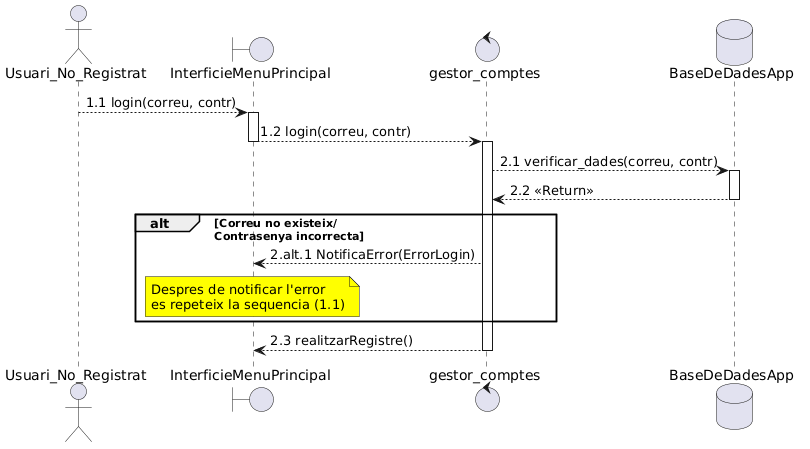
Before: documents/Diagrames i Especificacions/Seqüencia/ALEJANDRO/4- Login.png, a diagram exported from PlantUML (martipages/ES23UAB431-02). The source it was exported from:
```plantuml
@startuml
actor Usuari_No_Registrat as UsuariN
boundary InterficieMenuPrincipal as interficie
control gestor_comptes as gestor
database BaseDeDadesApp as correu


UsuariN --> interficie ++: 1.1 login(correu, contr)
interficie --> gestor --++: 1.2 login(correu, contr)
gestor --> correu ++: 2.1 verificar_dades(correu, contr)
correu --> gestor --: 2.2 <<Return>>
alt Correu no existeix/ \nContrasenya incorrecta
   gestor --> interficie : 2.alt.1 NotificaError(ErrorLogin)
   note over interficie #yellow : Despres de notificar l'error\nes repeteix la sequencia (1.1)
end

gestor --> interficie --: 2.3 realitzarRegistre()
@enduml
```
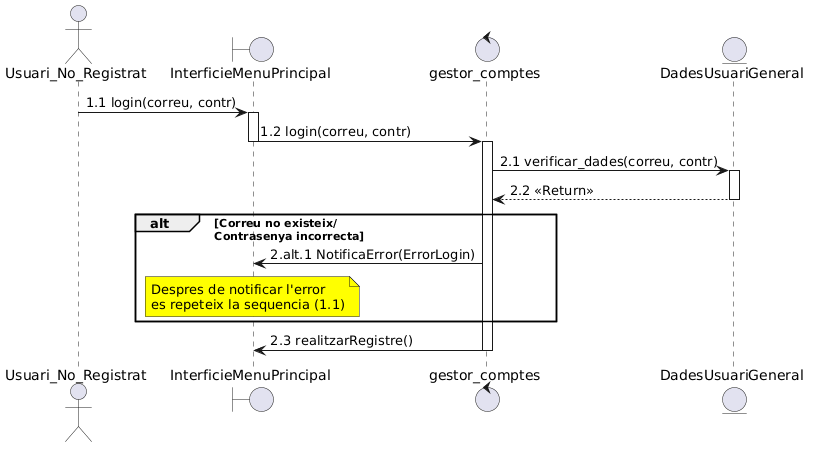
Later version of the same file.

Diff of the diagram source:
```diff
@@ -2,17 +2,17 @@
 actor Usuari_No_Registrat as UsuariN
 boundary InterficieMenuPrincipal as interficie
 control gestor_comptes as gestor
-database BaseDeDadesApp as correu
+entity DadesUsuariGeneral as correu
 
 
-UsuariN --> interficie ++: 1.1 login(correu, contr)
-interficie --> gestor --++: 1.2 login(correu, contr)
-gestor --> correu ++: 2.1 verificar_dades(correu, contr)
+UsuariN -> interficie ++: 1.1 login(correu, contr)
+interficie -> gestor --++: 1.2 login(correu, contr)
+gestor -> correu ++: 2.1 verificar_dades(correu, contr)
 correu --> gestor --: 2.2 <<Return>>
 alt Correu no existeix/ \nContrasenya incorrecta
-   gestor --> interficie : 2.alt.1 NotificaError(ErrorLogin)
+   gestor -> interficie : 2.alt.1 NotificaError(ErrorLogin)
    note over interficie #yellow : Despres de notificar l'error\nes repeteix la sequencia (1.1)
 end
 
-gestor --> interficie --: 2.3 realitzarRegistre()
+gestor -> interficie --: 2.3 realitzarRegistre()
 @enduml
```
